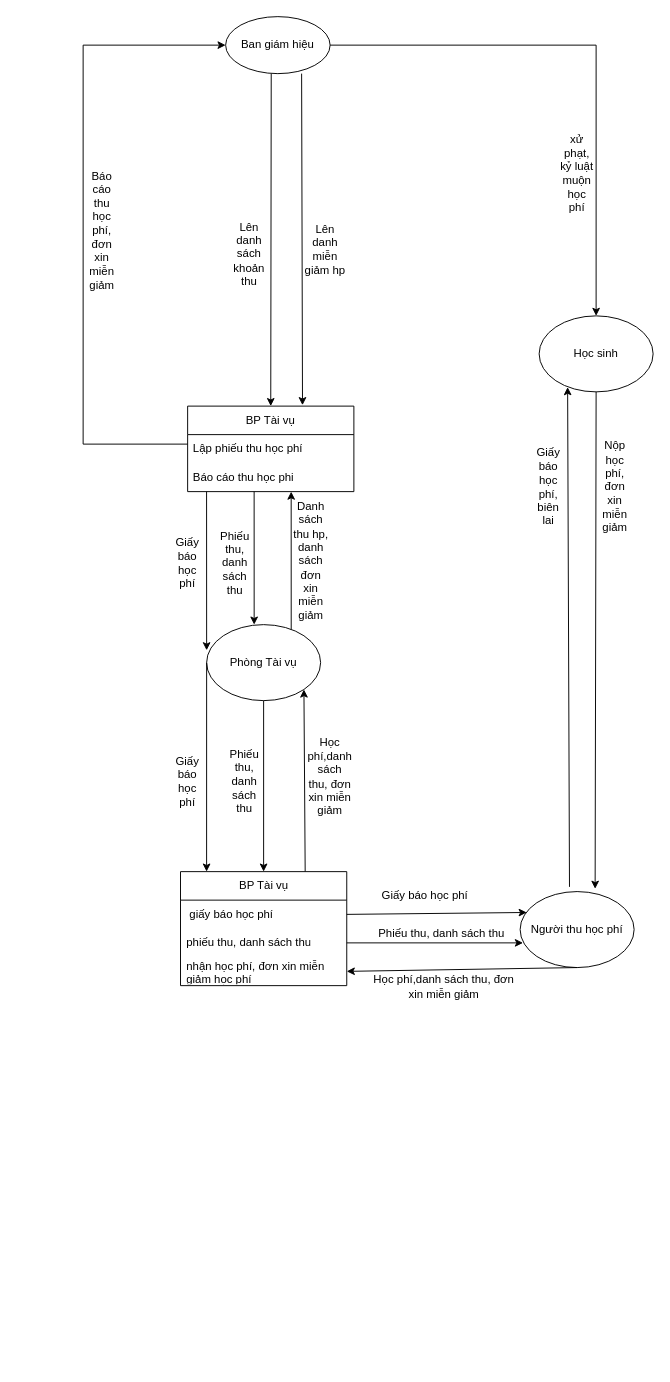
duyquyen20062000/cv keeps this draw.io diagram as Untitled Diagram.drawio. Above is the earlier version. Source tidied: cells renumbered, new cells numbered last; positions are measured from the earlier drawing's top-left corner, leaving out a move shared by most shapes. Both pictures are drawn from the tidied source at 95%, with x=0, y=0 at pixel (83, 16).
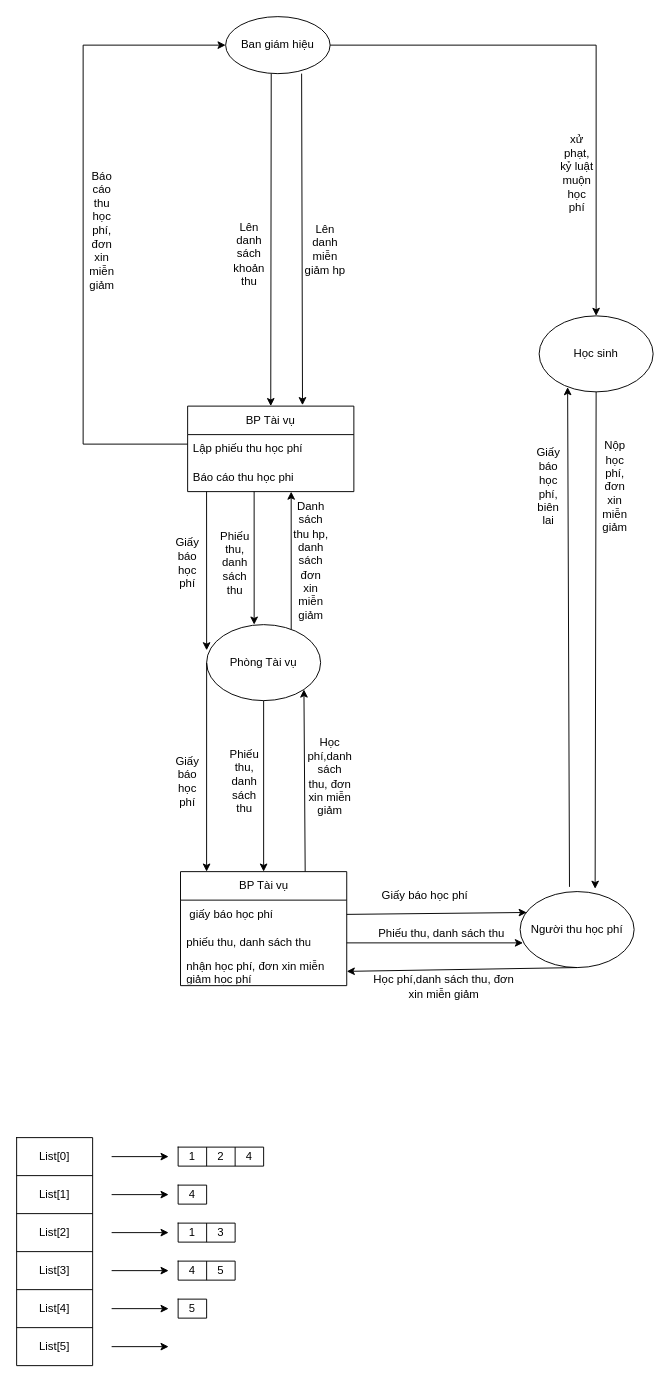
The same page after the edit.

Diff of the diagram source:
```diff
@@
+    <mxCell id="46" style="shape=table;startSize=0;childLayout=tableLayout;" parent="1" vertex="1">
+      <mxGeometry x="-70" y="1180" width="80" height="240" as="geometry" />
+    </mxCell>
+    <mxCell id="47" style="shape=tableRow;horizontal=0;startSize=0;swimlaneHead=0;swimlaneBody=0;strokeColor=inherit;top=0;left=0;bottom=0;right=0;fillColor=none;" parent="46" vertex="1">
+      <mxGeometry width="80" height="40" as="geometry" />
+    </mxCell>
+    <mxCell id="48" value="List[0]" style="shape=partialRectangle;html=1;whiteSpace=wrap;strokeColor=inherit;overflow=hidden;fillColor=none;top=0;left=0;bottom=0;right=0;" parent="47" vertex="1">
+      <mxGeometry width="80" height="40" as="geometry" />
+    </mxCell>
+    <mxCell id="49" style="shape=tableRow;horizontal=0;startSize=0;swimlaneHead=0;swimlaneBody=0;strokeColor=inherit;top=0;left=0;bottom=0;right=0;fillColor=none;" parent="46" vertex="1">
+      <mxGeometry y="40" width="80" height="40" as="geometry" />
+    </mxCell>
+    <mxCell id="50" value="List[1]" style="shape=partialRectangle;html=1;whiteSpace=wrap;strokeColor=inherit;overflow=hidden;fillColor=none;top=0;left=0;bottom=0;right=0;" parent="49" vertex="1">
+      <mxGeometry width="80" height="40" as="geometry" />
+    </mxCell>
+    <mxCell id="51" style="shape=tableRow;horizontal=0;startSize=0;swimlaneHead=0;swimlaneBody=0;strokeColor=inherit;top=0;left=0;bottom=0;right=0;fillColor=none;" parent="46" vertex="1">
+      <mxGeometry y="80" width="80" height="40" as="geometry" />
+    </mxCell>
+    <mxCell id="52" value="List[2]" style="shape=partialRectangle;html=1;whiteSpace=wrap;strokeColor=inherit;overflow=hidden;fillColor=none;top=0;left=0;bottom=0;right=0;" parent="51" vertex="1">
+      <mxGeometry width="80" height="40" as="geometry" />
+    </mxCell>
+    <mxCell id="53" style="shape=tableRow;horizontal=0;startSize=0;swimlaneHead=0;swimlaneBody=0;strokeColor=inherit;top=0;left=0;bottom=0;right=0;fillColor=none;" parent="46" vertex="1">
+      <mxGeometry y="120" width="80" height="40" as="geometry" />
+    </mxCell>
+    <mxCell id="54" value="List[3]" style="shape=partialRectangle;html=1;whiteSpace=wrap;strokeColor=inherit;overflow=hidden;fillColor=none;top=0;left=0;bottom=0;right=0;" parent="53" vertex="1">
+      <mxGeometry width="80" height="40" as="geometry" />
+    </mxCell>
+    <mxCell id="55" style="shape=tableRow;horizontal=0;startSize=0;swimlaneHead=0;swimlaneBody=0;strokeColor=inherit;top=0;left=0;bottom=0;right=0;fillColor=none;" parent="46" vertex="1">
+      <mxGeometry y="160" width="80" height="40" as="geometry" />
+    </mxCell>
+    <mxCell id="56" value="List[4]" style="shape=partialRectangle;html=1;whiteSpace=wrap;strokeColor=inherit;overflow=hidden;fillColor=none;top=0;left=0;bottom=0;right=0;" parent="55" vertex="1">
+      <mxGeometry width="80" height="40" as="geometry" />
+    </mxCell>
+    <mxCell id="57" style="shape=tableRow;horizontal=0;startSize=0;swimlaneHead=0;swimlaneBody=0;strokeColor=inherit;top=0;left=0;bottom=0;right=0;fillColor=none;" parent="46" vertex="1">
+      <mxGeometry y="200" width="80" height="40" as="geometry" />
+    </mxCell>
+    <mxCell id="58" value="List[5]" style="shape=partialRectangle;html=1;whiteSpace=wrap;strokeColor=inherit;overflow=hidden;fillColor=none;top=0;left=0;bottom=0;right=0;" parent="57" vertex="1">
+      <mxGeometry width="80" height="40" as="geometry" />
+    </mxCell>
+    <mxCell id="59" style="endArrow=classic;html=1;rounded=0;" parent="1" edge="1">
+      <mxGeometry relative="1" as="geometry">
+        <mxPoint x="30" y="1200" as="sourcePoint" />
+        <mxPoint x="90" y="1200" as="targetPoint" />
+      </mxGeometry>
+    </mxCell>
+    <mxCell id="60" style="endArrow=classic;html=1;rounded=0;" parent="1" edge="1">
+      <mxGeometry relative="1" as="geometry">
+        <mxPoint x="30" y="1360" as="sourcePoint" />
+        <mxPoint x="90" y="1360" as="targetPoint" />
+      </mxGeometry>
+    </mxCell>
+    <mxCell id="61" style="endArrow=classic;html=1;rounded=0;" parent="1" edge="1">
+      <mxGeometry relative="1" as="geometry">
+        <mxPoint x="30" y="1240" as="sourcePoint" />
+        <mxPoint x="90" y="1240" as="targetPoint" />
+      </mxGeometry>
+    </mxCell>
+    <mxCell id="62" style="endArrow=classic;html=1;rounded=0;" parent="1" edge="1">
+      <mxGeometry relative="1" as="geometry">
+        <mxPoint x="30" y="1280" as="sourcePoint" />
+        <mxPoint x="90" y="1280" as="targetPoint" />
+      </mxGeometry>
+    </mxCell>
+    <mxCell id="63" style="endArrow=classic;html=1;rounded=0;" parent="1" edge="1">
+      <mxGeometry relative="1" as="geometry">
+        <mxPoint x="30" y="1320" as="sourcePoint" />
+        <mxPoint x="90" y="1320" as="targetPoint" />
+      </mxGeometry>
+    </mxCell>
+    <mxCell id="64" style="endArrow=classic;html=1;rounded=0;" parent="1" edge="1">
+      <mxGeometry relative="1" as="geometry">
+        <mxPoint x="30" y="1400" as="sourcePoint" />
+        <mxPoint x="90" y="1400" as="targetPoint" />
+      </mxGeometry>
+    </mxCell>
+    <mxCell id="65" style="shape=table;startSize=0;childLayout=tableLayout;" parent="1" vertex="1">
+      <mxGeometry x="100" y="1190" width="90" height="20" as="geometry" />
+    </mxCell>
+    <mxCell id="66" style="shape=tableRow;horizontal=0;startSize=0;swimlaneHead=0;swimlaneBody=0;strokeColor=inherit;top=0;left=0;bottom=0;right=0;fillColor=none;points=[[0,0.5],[1,0.5]];portConstraint=eastwest;" parent="65" vertex="1">
+      <mxGeometry width="90" height="20" as="geometry" />
+    </mxCell>
+    <mxCell id="67" value="1" style="shape=partialRectangle;html=1;whiteSpace=wrap;strokeColor=inherit;overflow=hidden;fillColor=none;top=0;left=0;bottom=0;right=0;" parent="66" vertex="1">
+      <mxGeometry width="30" height="20" as="geometry" />
+    </mxCell>
+    <mxCell id="68" value="2" style="shape=partialRectangle;html=1;whiteSpace=wrap;strokeColor=inherit;overflow=hidden;fillColor=none;top=0;left=0;bottom=0;right=0;" parent="66" vertex="1">
+      <mxGeometry x="30" width="30" height="20" as="geometry" />
+    </mxCell>
+    <mxCell id="69" value="4" style="shape=partialRectangle;html=1;whiteSpace=wrap;strokeColor=inherit;overflow=hidden;fillColor=none;top=0;left=0;bottom=0;right=0;" parent="66" vertex="1">
+      <mxGeometry x="60" width="30" height="20" as="geometry" />
+    </mxCell>
+    <mxCell id="70" style="edgeStyle=orthogonalEdgeStyle;rounded=0;jettySize=auto;html=1;exitX=1;exitY=0.5;exitDx=0;exitDy=0;" parent="65" edge="1" source="65" target="66">
+      <mxGeometry relative="1" as="geometry" />
+    </mxCell>
+    <mxCell id="71" style="shape=table;startSize=0;childLayout=tableLayout;" parent="1" vertex="1">
+      <mxGeometry x="100" y="1230" width="30" height="20" as="geometry" />
+    </mxCell>
+    <mxCell id="72" style="shape=tableRow;horizontal=0;startSize=0;swimlaneHead=0;swimlaneBody=0;strokeColor=inherit;top=0;left=0;bottom=0;right=0;fillColor=none;" parent="71" vertex="1">
+      <mxGeometry width="30" height="20" as="geometry" />
+    </mxCell>
+    <mxCell id="73" value="4" style="shape=partialRectangle;html=1;whiteSpace=wrap;strokeColor=inherit;overflow=hidden;fillColor=none;top=0;left=0;bottom=0;right=0;" parent="72" vertex="1">
+      <mxGeometry width="30" height="20" as="geometry" />
+    </mxCell>
+    <mxCell id="74" style="shape=table;startSize=0;childLayout=tableLayout;" parent="1" vertex="1">
+      <mxGeometry x="100" y="1270" width="60" height="20" as="geometry" />
+    </mxCell>
+    <mxCell id="75" style="shape=tableRow;horizontal=0;startSize=0;swimlaneHead=0;swimlaneBody=0;strokeColor=inherit;top=0;left=0;bottom=0;right=0;fillColor=none;" parent="74" vertex="1">
+      <mxGeometry width="60" height="20" as="geometry" />
+    </mxCell>
+    <mxCell id="76" value="1" style="shape=partialRectangle;html=1;whiteSpace=wrap;strokeColor=inherit;overflow=hidden;fillColor=none;top=0;left=0;bottom=0;right=0;" parent="75" vertex="1">
+      <mxGeometry width="30" height="20" as="geometry" />
+    </mxCell>
+    <mxCell id="77" value="3" style="shape=partialRectangle;html=1;whiteSpace=wrap;strokeColor=inherit;overflow=hidden;fillColor=none;top=0;left=0;bottom=0;right=0;" parent="75" vertex="1">
+      <mxGeometry x="30" width="30" height="20" as="geometry" />
+    </mxCell>
+    <mxCell id="78" style="shape=table;startSize=0;childLayout=tableLayout;" parent="1" vertex="1">
+      <mxGeometry x="100" y="1310" width="60" height="20" as="geometry" />
+    </mxCell>
+    <mxCell id="79" style="shape=tableRow;horizontal=0;startSize=0;swimlaneHead=0;swimlaneBody=0;strokeColor=inherit;top=0;left=0;bottom=0;right=0;fillColor=none;" parent="78" vertex="1">
+      <mxGeometry width="60" height="20" as="geometry" />
+    </mxCell>
+    <mxCell id="80" value="4" style="shape=partialRectangle;html=1;whiteSpace=wrap;strokeColor=inherit;overflow=hidden;fillColor=none;top=0;left=0;bottom=0;right=0;" parent="79" vertex="1">
+      <mxGeometry width="30" height="20" as="geometry" />
+    </mxCell>
+    <mxCell id="81" value="5" style="shape=partialRectangle;html=1;whiteSpace=wrap;strokeColor=inherit;overflow=hidden;fillColor=none;top=0;left=0;bottom=0;right=0;" parent="79" vertex="1">
+      <mxGeometry x="30" width="30" height="20" as="geometry" />
+    </mxCell>
+    <mxCell id="82" style="shape=table;startSize=0;childLayout=tableLayout;" parent="1" vertex="1">
+      <mxGeometry x="100" y="1350" width="30" height="20" as="geometry" />
+    </mxCell>
+    <mxCell id="83" style="shape=tableRow;horizontal=0;startSize=0;swimlaneHead=0;swimlaneBody=0;strokeColor=inherit;top=0;left=0;bottom=0;right=0;fillColor=none;" parent="82" vertex="1">
+      <mxGeometry width="30" height="20" as="geometry" />
+    </mxCell>
+    <mxCell id="84" value="5" style="shape=partialRectangle;html=1;whiteSpace=wrap;strokeColor=inherit;overflow=hidden;fillColor=none;top=0;left=0;bottom=0;right=0;" parent="83" vertex="1">
+      <mxGeometry width="30" height="20" as="geometry" />
+    </mxCell>
```
